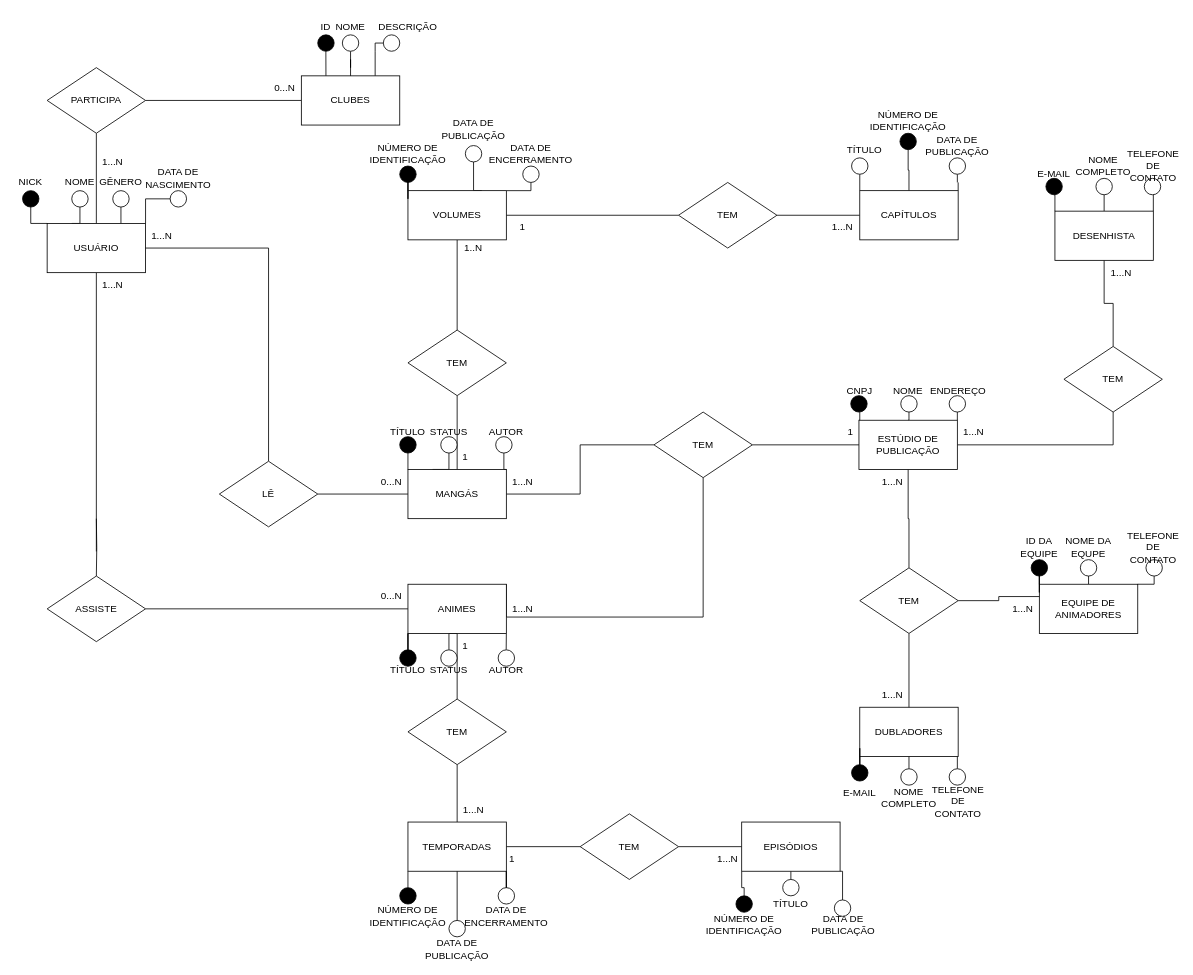
Before: ModeloEntidade-Relacionamento.drawio in IsaacDMzk/Projeto-Banco-De-Dados, a draw.io diagram. Source tidied: cells renumbered, new cells numbered last; positions are measured from the earlier drawing's top-left corner, leaving out a move shared by most shapes. Both pictures are drawn from the tidied source at 82%, with x=0, y=0 at pixel (14, 14).
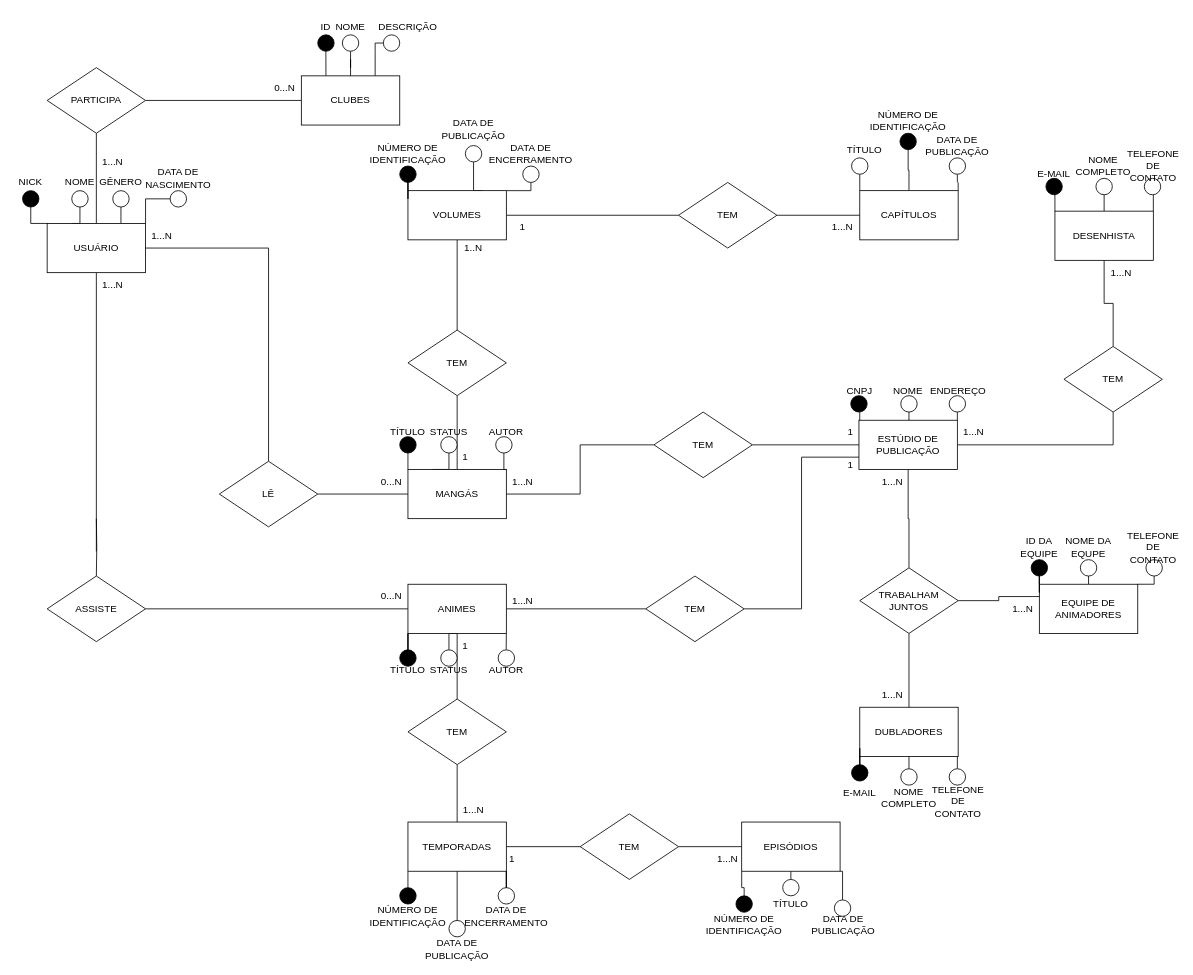
The same diagram, later.

Unchanged cells that the change refers to:
```xml
<mxCell id="17" value="ANIMES" style="rounded=0;whiteSpace=wrap;html=1;" parent="1" vertex="1">
  <mxGeometry x="480" y="695" width="120" height="60" as="geometry" />
</mxCell>
<mxCell id="54" value="TEM" style="rhombus;whiteSpace=wrap;html=1;" parent="1" vertex="1">
  <mxGeometry x="780" y="485" width="120" height="80" as="geometry" />
</mxCell>
<mxCell id="70" value="ESTÚDIO DE PUBLICAÇÃO" style="rounded=0;whiteSpace=wrap;html=1;" parent="1" vertex="1">
  <mxGeometry x="1030" y="495" width="120" height="60" as="geometry" />
</mxCell>
```

Diff of the diagram source:
```diff
@@
-    <mxCell id="16" style="edgeStyle=orthogonalEdgeStyle;rounded=0;jettySize=auto;html=1;exitX=1;exitY=0;exitDx=0;exitDy=0;entryX=0.5;entryY=1;entryDx=0;entryDy=0;endArrow=none;endFill=0;" parent="1" edge="1" source="17" target="54">
-      <mxGeometry relative="1" as="geometry">
-        <Array as="points">
-          <mxPoint x="600" y="735" />
-          <mxPoint x="840" y="735" />
-        </Array>
-      </mxGeometry>
-    </mxCell>
+    <mxCell id="189" style="edgeStyle=orthogonalEdgeStyle;rounded=0;jettySize=auto;html=1;exitX=1;exitY=0.5;exitDx=0;exitDy=0;endArrow=none;endFill=0;" parent="1" edge="1" source="17" target="191">
+      <mxGeometry relative="1" as="geometry" />
+    </mxCell>
@@
-    <mxCell id="185" value="TEM" style="rhombus;whiteSpace=wrap;html=1;" parent="1" vertex="1">
+    <mxCell id="185" value="TRABALHAM JUNTOS" style="rhombus;whiteSpace=wrap;html=1;" parent="1" vertex="1">
       <mxGeometry x="1031" y="675" width="120" height="80" as="geometry" />
     </mxCell>
     <mxCell id="186" value="1...N" style="text;html=1;strokeColor=none;fillColor=none;align=center;verticalAlign=middle;whiteSpace=wrap;rounded=0;" parent="1" vertex="1">
-      <mxGeometry x="590" y="710" width="60" height="30" as="geometry" />
+      <mxGeometry x="590" y="700" width="60" height="30" as="geometry" />
     </mxCell>
@@
+    <mxCell id="190" style="edgeStyle=orthogonalEdgeStyle;rounded=0;jettySize=auto;html=1;exitX=1;exitY=0.5;exitDx=0;exitDy=0;entryX=0;entryY=0.75;entryDx=0;entryDy=0;endArrow=none;endFill=0;" parent="1" edge="1" source="191" target="70">
+      <mxGeometry relative="1" as="geometry" />
+    </mxCell>
+    <mxCell id="191" value="TEM" style="rhombus;whiteSpace=wrap;html=1;" parent="1" vertex="1">
+      <mxGeometry x="770" y="685" width="120" height="80" as="geometry" />
+    </mxCell>
+    <mxCell id="192" value="1" style="text;html=1;strokeColor=none;fillColor=none;align=center;verticalAlign=middle;whiteSpace=wrap;rounded=0;" parent="1" vertex="1">
+      <mxGeometry x="990" y="535" width="60" height="30" as="geometry" />
+    </mxCell>
```
